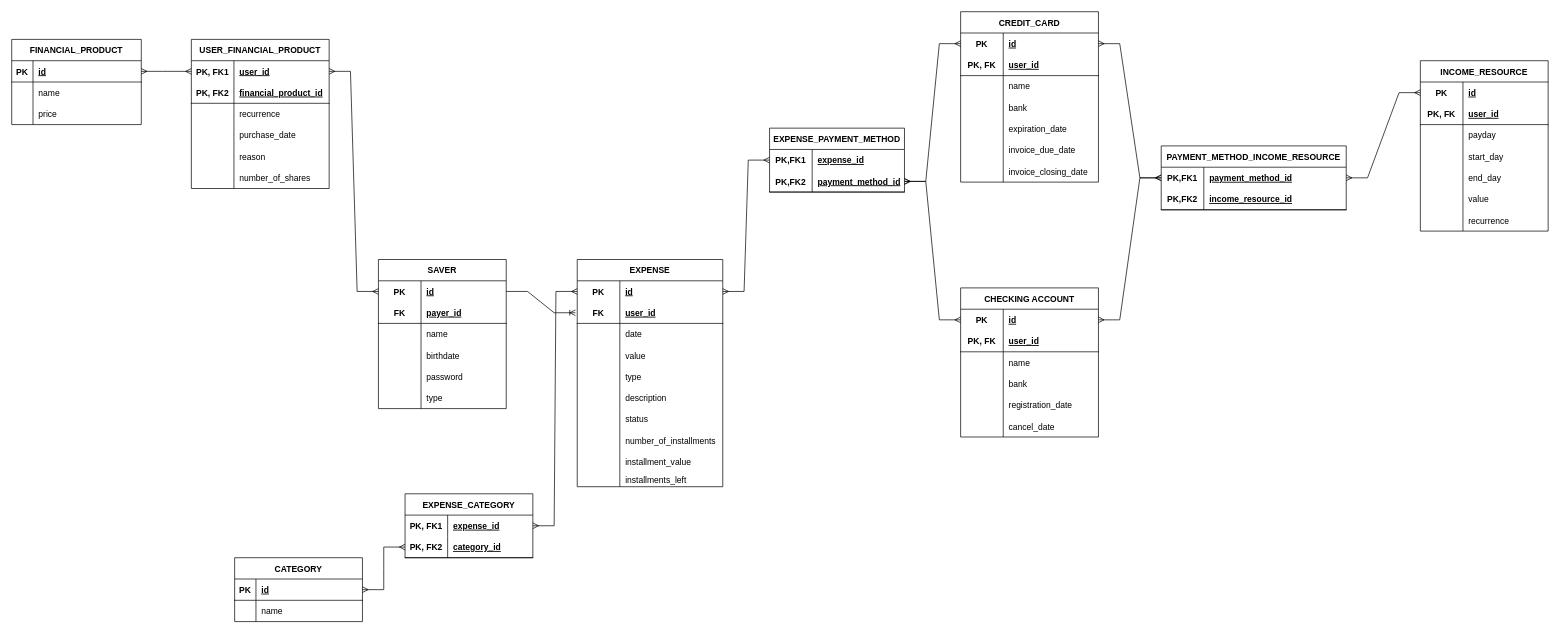
The draw.io diagram Data/DataDiagrams/logicalModel.drawio in giogvn/FinalProjectCTEDS, before the edit. Source tidied: cells renumbered, new cells numbered last; positions are measured from the earlier drawing's top-left corner, leaving out a move shared by most shapes. Both pictures are drawn from the tidied source at 71%, with x=0, y=0 at pixel (11, 11).
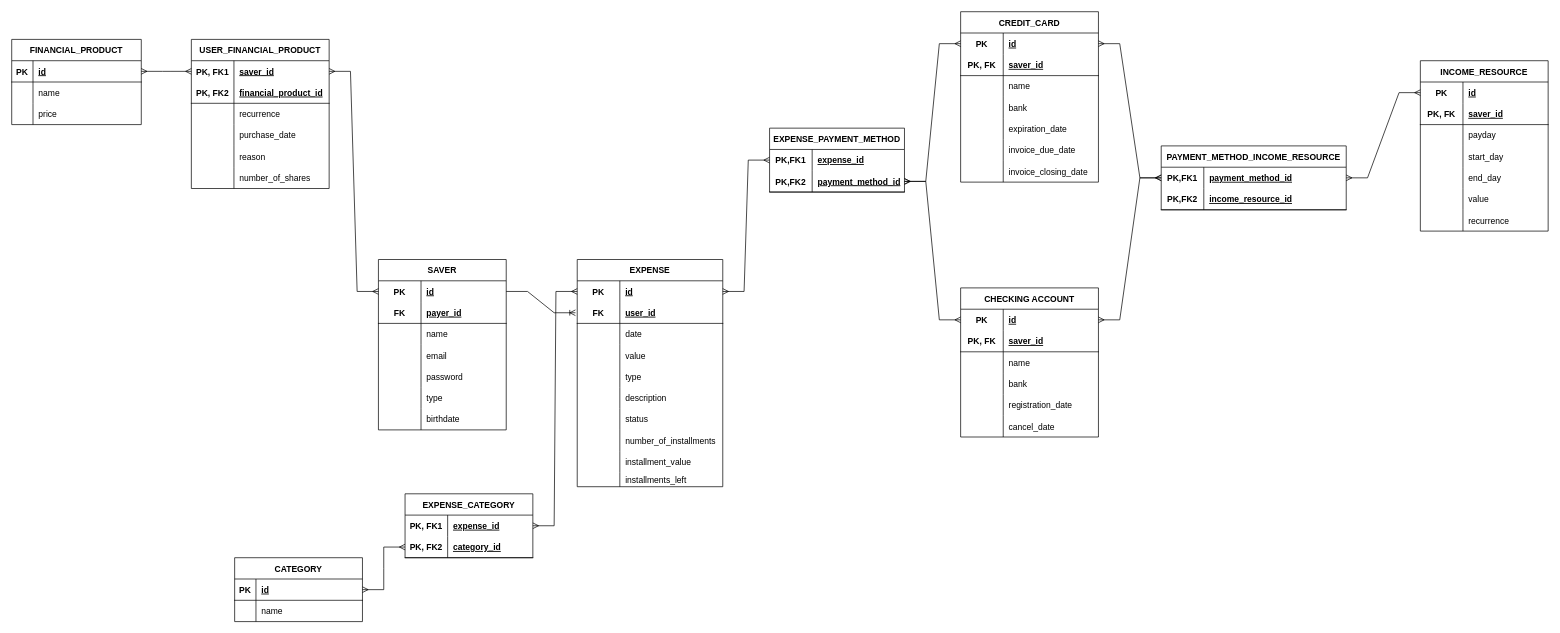
Above is the later version.

The change refers to these unchanged cells:
```xml
<mxCell id="12" style="shape=tableRow;horizontal=0;startSize=0;swimlaneHead=0;swimlaneBody=0;fillColor=none;top=0;left=0;right=0;bottom=0;" parent="2" vertex="1">
  <mxGeometry y="120" width="180" height="30" as="geometry" />
</mxCell>
<mxCell id="84" style="shape=tableRow;horizontal=0;startSize=0;swimlaneHead=0;swimlaneBody=0;fillColor=none;points=[[0,0.5],[1,0.5]];portConstraint=eastwest;top=0;left=0;right=0;bottom=0;" parent="83" vertex="1">
  <mxGeometry y="30" width="194.1" height="30" as="geometry" />
</mxCell>
<mxCell id="106" style="shape=tableRow;horizontal=0;startSize=0;swimlaneHead=0;swimlaneBody=0;fillColor=none;top=0;left=0;right=0;bottom=1;" parent="102" vertex="1">
  <mxGeometry y="60" width="180" height="30" as="geometry" />
</mxCell>
<mxCell id="128" style="shape=tableRow;horizontal=0;startSize=0;swimlaneHead=0;swimlaneBody=0;fillColor=none;top=0;left=0;right=0;bottom=1;" parent="124" vertex="1">
  <mxGeometry y="60" width="194.1" height="30" as="geometry" />
</mxCell>
<mxCell id="147" style="shape=tableRow;horizontal=0;startSize=0;swimlaneHead=0;swimlaneBody=0;fillColor=none;top=0;left=0;right=0;bottom=1;" parent="143" vertex="1">
  <mxGeometry y="60" width="194.1" height="30" as="geometry" />
</mxCell>
```

Change to the diagram source:
```diff
@@
     <mxCell id="2" value="SAVER" style="shape=table;startSize=30;childLayout=tableLayout;rowLines=0;fontStyle=1;align=center;" parent="1" vertex="1">
-      <mxGeometry x="516.5" y="349" width="180" height="210" as="geometry" />
+      <mxGeometry x="516.5" y="349" width="180" height="240" as="geometry" />
     </mxCell>
@@
-    <mxCell id="14" value="birthdate" style="shape=partialRectangle;fillColor=none;top=0;left=0;bottom=0;right=0;align=left;spacingLeft=6;overflow=hidden;" parent="12" vertex="1">
+    <mxCell id="14" value="email" style="shape=partialRectangle;fillColor=none;top=0;left=0;bottom=0;right=0;align=left;spacingLeft=6;overflow=hidden;" parent="12" vertex="1">
       <mxGeometry x="60" width="120" height="30" as="geometry" />
     </mxCell>
@@
+    <mxCell id="183" style="shape=tableRow;horizontal=0;startSize=0;swimlaneHead=0;swimlaneBody=0;fillColor=none;top=0;left=0;right=0;bottom=0;" parent="2" vertex="1">
+      <mxGeometry y="210" width="180" height="30" as="geometry" />
+    </mxCell>
+    <mxCell id="184" style="shape=partialRectangle;fillColor=none;top=0;left=0;bottom=0;right=0;overflow=hidden;" parent="183" vertex="1">
+      <mxGeometry width="60" height="30" as="geometry" />
+    </mxCell>
+    <mxCell id="185" value="birthdate" style="shape=partialRectangle;fillColor=none;top=0;left=0;bottom=0;right=0;align=left;spacingLeft=6;overflow=hidden;" parent="183" vertex="1">
+      <mxGeometry x="60" width="120" height="30" as="geometry" />
+    </mxCell>
@@
-    <mxCell id="86" value="user_id" style="shape=partialRectangle;fillColor=none;top=0;left=0;bottom=0;right=0;align=left;spacingLeft=6;fontStyle=5;overflow=hidden;" parent="84" vertex="1">
+    <mxCell id="86" value="saver_id" style="shape=partialRectangle;fillColor=none;top=0;left=0;bottom=0;right=0;align=left;spacingLeft=6;fontStyle=5;overflow=hidden;" parent="84" vertex="1">
       <mxGeometry x="60" width="134.1" height="30" as="geometry" />
     </mxCell>
@@
-    <mxCell id="108" value="user_id" style="shape=partialRectangle;fillColor=none;top=0;left=0;bottom=0;right=0;align=left;spacingLeft=6;fontStyle=5;overflow=hidden;" parent="106" vertex="1">
+    <mxCell id="108" value="saver_id" style="shape=partialRectangle;fillColor=none;top=0;left=0;bottom=0;right=0;align=left;spacingLeft=6;fontStyle=5;overflow=hidden;" parent="106" vertex="1">
       <mxGeometry x="60" width="120" height="30" as="geometry" />
     </mxCell>
@@
-    <mxCell id="130" value="user_id" style="shape=partialRectangle;fillColor=none;top=0;left=0;bottom=0;right=0;align=left;spacingLeft=6;fontStyle=5;overflow=hidden;" parent="128" vertex="1">
+    <mxCell id="130" value="saver_id" style="shape=partialRectangle;fillColor=none;top=0;left=0;bottom=0;right=0;align=left;spacingLeft=6;fontStyle=5;overflow=hidden;" parent="128" vertex="1">
       <mxGeometry x="60" width="134.1" height="30" as="geometry" />
     </mxCell>
@@
-    <mxCell id="149" value="user_id" style="shape=partialRectangle;fillColor=none;top=0;left=0;bottom=0;right=0;align=left;spacingLeft=6;fontStyle=5;overflow=hidden;" parent="147" vertex="1">
+    <mxCell id="149" value="saver_id" style="shape=partialRectangle;fillColor=none;top=0;left=0;bottom=0;right=0;align=left;spacingLeft=6;fontStyle=5;overflow=hidden;" parent="147" vertex="1">
       <mxGeometry x="60" width="134.1" height="30" as="geometry" />
     </mxCell>
@@
+    <mxCell id="186" style="shape=tableRow;horizontal=0;startSize=0;swimlaneHead=0;swimlaneBody=0;fillColor=none;top=0;left=0;right=0;bottom=0;" parent="1" vertex="1">
+      <mxGeometry x="526.5" y="539" width="180" height="30" as="geometry" />
+    </mxCell>
+    <mxCell id="187" style="shape=partialRectangle;fillColor=none;top=0;left=0;bottom=0;right=0;overflow=hidden;" parent="186" vertex="1">
+      <mxGeometry width="60" height="30" as="geometry" />
+    </mxCell>
```
